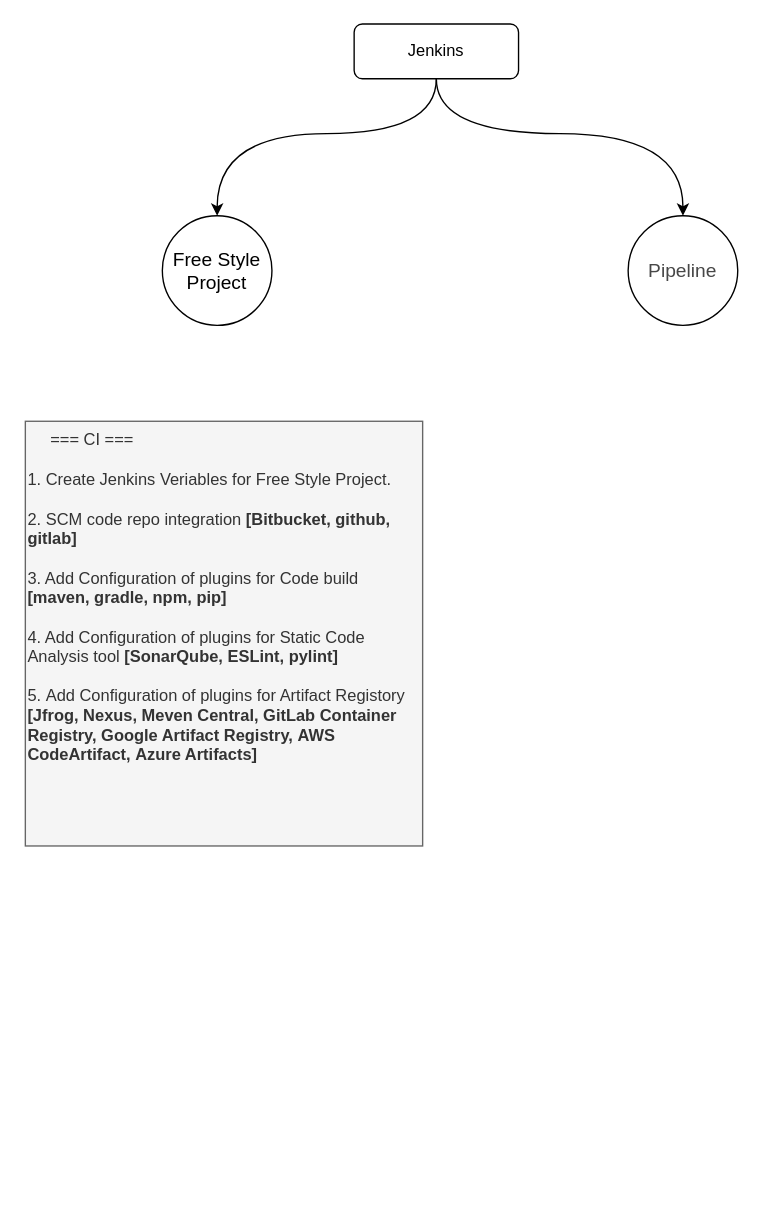
Above: Jenkins_CI_CD_Workflow.drawio in rishant/draw.io (draw.io), before the change. Source tidied: cells renumbered, new cells numbered last; positions are measured from the earlier drawing's top-left corner, leaving out a move shared by most shapes. Both pictures are drawn from the tidied source at 137%, with x=0, y=0 at pixel (25, 23).
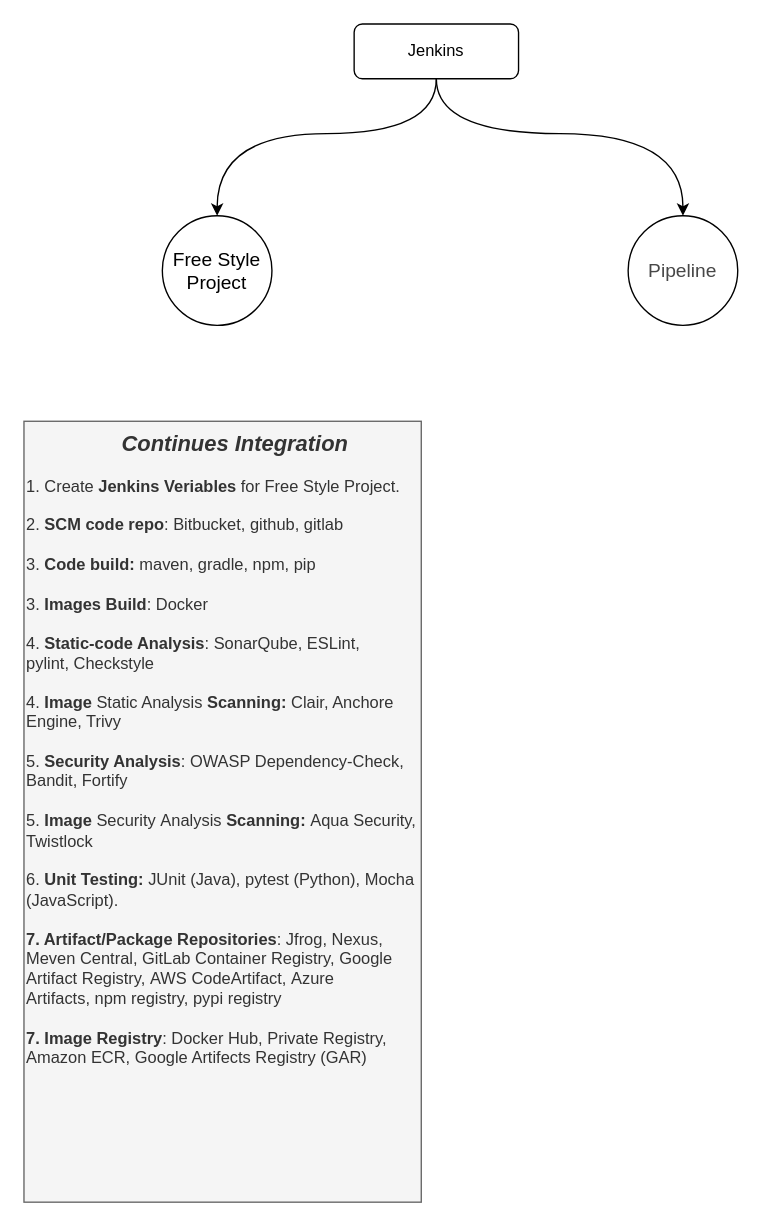
Above is the later version.

Diff of the diagram source:
```diff
@@
 <mxGraphModel>
   <root>
     <mxCell id="0" />
     <mxCell id="1" parent="0" />
     <mxCell id="2" style="edgeStyle=orthogonalEdgeStyle;rounded=0;jettySize=auto;html=1;curved=1;" parent="1" edge="1" source="4" target="5">
       <mxGeometry relative="1" as="geometry">
         <Array as="points">
           <mxPoint x="300" y="80" />
           <mxPoint x="140" y="80" />
         </Array>
       </mxGeometry>
     </mxCell>
     <mxCell id="3" style="edgeStyle=orthogonalEdgeStyle;rounded=0;jettySize=auto;html=1;curved=1;" parent="1" edge="1" source="4" target="6">
       <mxGeometry relative="1" as="geometry">
         <Array as="points">
           <mxPoint x="300" y="80" />
           <mxPoint x="480" y="80" />
         </Array>
       </mxGeometry>
     </mxCell>
     <mxCell id="4" value="Jenkins" style="rounded=1;whiteSpace=wrap;html=1;" parent="1" vertex="1">
       <mxGeometry x="240" width="120" height="40" as="geometry" />
     </mxCell>
     <mxCell id="5" value="Free Style&lt;div style=&quot;font-size: 14px;&quot;&gt;Project&lt;/div&gt;" style="ellipse;whiteSpace=wrap;html=1;rounded=1;fontSize=14;" parent="1" vertex="1">
       <mxGeometry x="100" y="140" width="80" height="80" as="geometry" />
     </mxCell>
     <mxCell id="6" value="&lt;span style=&quot;color: rgb(71, 71, 71); font-family: Arial, sans-serif; font-size: 14px; text-align: left; background-color: rgb(255, 255, 255);&quot;&gt;Pipeline&lt;/span&gt;" style="ellipse;whiteSpace=wrap;html=1;rounded=1;" parent="1" vertex="1">
       <mxGeometry x="440" y="140" width="80" height="80" as="geometry" />
     </mxCell>
-    <mxCell id="7" value="&lt;div&gt;&amp;nbsp; &amp;nbsp; &amp;nbsp;=== CI ===&lt;/div&gt;&lt;div&gt;&lt;div&gt;&lt;br&gt;&lt;/div&gt;&lt;div&gt;1. Create Jenkins Veriables for Free Style Project.&lt;/div&gt;&lt;/div&gt;&lt;div&gt;&lt;br&gt;&lt;/div&gt;2. SCM code repo integration &lt;b&gt;[Bitbucket, github, gitlab]&lt;/b&gt;&lt;div&gt;&lt;span style=&quot;background-color: initial;&quot;&gt;&lt;br&gt;&lt;/span&gt;&lt;/div&gt;&lt;div&gt;&lt;span style=&quot;background-color: initial;&quot;&gt;3. Add Configuration of plugins for Code build &lt;b&gt;[maven, gradle, npm, pip]&lt;/b&gt;&lt;/span&gt;&lt;br&gt;&lt;/div&gt;&lt;div&gt;&lt;br&gt;&lt;/div&gt;&lt;div&gt;4. Add Configuration of plugins for Static Code Analysis tool &lt;b&gt;[SonarQube, ESLint, pylint]&lt;/b&gt;&lt;br&gt;&lt;/div&gt;&lt;div&gt;&lt;br&gt;&lt;/div&gt;&lt;div&gt;5.&amp;nbsp;&lt;span style=&quot;background-color: initial;&quot;&gt;Add Configuration of plugins for Artifact Registory &lt;b&gt;[Jfrog, Nexus, Meven Central,&amp;nbsp;&lt;/b&gt;&lt;/span&gt;&lt;b&gt;&lt;span style=&quot;background-color: initial;&quot;&gt;GitLab Container Registry,&amp;nbsp;&lt;/span&gt;&lt;span style=&quot;background-color: initial;&quot;&gt;Google Artifact Registry,&amp;nbsp;&lt;/span&gt;&lt;span style=&quot;background-color: initial;&quot;&gt;AWS CodeArtifact,&amp;nbsp;&lt;/span&gt;&lt;span style=&quot;background-color: initial;&quot;&gt;Azure Artifacts&lt;/span&gt;&lt;span style=&quot;background-color: initial;&quot;&gt;]&lt;/span&gt;&lt;/b&gt;&lt;/div&gt;&lt;div&gt;&lt;br&gt;&lt;/div&gt;&lt;div&gt;&lt;br&gt;&lt;/div&gt;" style="text;html=1;align=left;verticalAlign=top;whiteSpace=wrap;rounded=0;horizontal=1;fillColor=#f5f5f5;fontColor=#333333;strokeColor=#666666;" parent="1" vertex="1">
-      <mxGeometry y="290" width="290" height="310" as="geometry" />
+    <mxCell id="7" value="&lt;div style=&quot;text-align: center;&quot;&gt;&amp;nbsp; &amp;nbsp; &amp;nbsp;&lt;font style=&quot;font-size: 16px;&quot;&gt;&lt;b&gt;&lt;i&gt;Continues Integration&lt;/i&gt;&lt;/b&gt;&lt;/font&gt;&lt;/div&gt;&lt;div&gt;&lt;div style=&quot;text-align: center;&quot;&gt;&lt;br&gt;&lt;/div&gt;&lt;div&gt;1. Create &lt;b&gt;Jenkins Veriables&lt;/b&gt; for Free Style Project.&lt;/div&gt;&lt;/div&gt;&lt;div&gt;&lt;br&gt;&lt;/div&gt;2. &lt;b&gt;SCM code repo&lt;/b&gt;:&amp;nbsp;Bitbucket, github, gitlab&lt;div&gt;&lt;span style=&quot;background-color: initial;&quot;&gt;&lt;br&gt;&lt;/span&gt;&lt;/div&gt;&lt;div&gt;&lt;span style=&quot;background-color: initial;&quot;&gt;3. &lt;b&gt;Code build:&lt;/b&gt;&amp;nbsp;maven, gradle, npm, pip&lt;/span&gt;&lt;br&gt;&lt;/div&gt;&lt;div&gt;&lt;span style=&quot;background-color: initial;&quot;&gt;&lt;br&gt;&lt;/span&gt;&lt;/div&gt;&lt;div&gt;&lt;span style=&quot;background-color: initial;&quot;&gt;3.&amp;nbsp;&lt;/span&gt;&lt;span style=&quot;background-color: initial;&quot;&gt;&lt;b&gt;Images&amp;nbsp;&lt;/b&gt;&lt;/span&gt;&lt;span style=&quot;background-color: initial;&quot;&gt;&lt;b&gt;Build&lt;/b&gt;: Docker&lt;/span&gt;&lt;/div&gt;&lt;div&gt;&lt;span style=&quot;background-color: initial;&quot;&gt;&amp;nbsp;&lt;/span&gt;&lt;/div&gt;&lt;div&gt;4. &lt;b&gt;Static-code Analysis&lt;/b&gt;:&amp;nbsp;SonarQube, ESLint, pylint,&amp;nbsp;&lt;span style=&quot;background-color: initial;&quot;&gt;Checkstyle&lt;/span&gt;&lt;/div&gt;&lt;div&gt;&lt;div&gt;&lt;span style=&quot;background-color: initial;&quot;&gt;&lt;br&gt;&lt;/span&gt;&lt;/div&gt;&lt;div&gt;&lt;span style=&quot;background-color: initial;&quot;&gt;4.&amp;nbsp;&lt;/span&gt;&lt;span style=&quot;background-color: initial;&quot;&gt;&lt;b&gt;Image&amp;nbsp;&lt;/b&gt;&lt;/span&gt;&lt;span style=&quot;background-color: initial;&quot;&gt;Static Analysis&amp;nbsp;&lt;/span&gt;&lt;b style=&quot;background-color: initial;&quot;&gt;Scanning&lt;/b&gt;&lt;b style=&quot;background-color: initial;&quot;&gt;:&lt;/b&gt;&lt;span style=&quot;background-color: initial;&quot;&gt;&amp;nbsp;&lt;/span&gt;&lt;span style=&quot;background-color: initial;&quot;&gt;Clair, Anchore Engine, Trivy&lt;/span&gt;&lt;/div&gt;&lt;/div&gt;&lt;div&gt;&lt;b style=&quot;background-color: initial;&quot;&gt;&lt;br&gt;&lt;/b&gt;&lt;/div&gt;&lt;div&gt;5.&amp;nbsp;&lt;strong style=&quot;background-color: initial;&quot;&gt;Security Analysis&lt;/strong&gt;&lt;span style=&quot;background-color: initial;&quot;&gt;: OWASP Dependency-Check, Bandit, Fortify&lt;/span&gt;&lt;/div&gt;&lt;div&gt;&lt;span style=&quot;background-color: initial;&quot;&gt;&lt;br&gt;&lt;/span&gt;&lt;/div&gt;&lt;div&gt;&lt;span style=&quot;background-color: initial;&quot;&gt;5.&amp;nbsp;&lt;/span&gt;&lt;span style=&quot;background-color: initial;&quot;&gt;&lt;b&gt;Image&amp;nbsp;&lt;/b&gt;&lt;/span&gt;&lt;span style=&quot;background-color: initial;&quot;&gt;Security&lt;/span&gt;&lt;span style=&quot;background-color: initial;&quot;&gt;&amp;nbsp;Analysis&amp;nbsp;&lt;/span&gt;&lt;b style=&quot;background-color: initial;&quot;&gt;Scanning&lt;/b&gt;&lt;b style=&quot;background-color: initial;&quot;&gt;:&amp;nbsp;&lt;/b&gt;&lt;span style=&quot;background-color: initial;&quot;&gt;Aqua Security, Twistlock&lt;/span&gt;&lt;b style=&quot;background-color: initial;&quot;&gt;&amp;nbsp;&lt;/b&gt;&lt;/div&gt;&lt;div&gt;&lt;span style=&quot;background-color: initial;&quot;&gt;&lt;br&gt;&lt;/span&gt;&lt;/div&gt;&lt;div&gt;6.&amp;nbsp;&lt;b&gt;&lt;span style=&quot;background-color: initial;&quot;&gt;Unit &lt;/span&gt;&lt;span style=&quot;background-color: initial;&quot;&gt;Testing:&lt;/span&gt;&lt;/b&gt;&lt;span style=&quot;background-color: initial;&quot;&gt;&amp;nbsp;&lt;/span&gt;&lt;span style=&quot;background-color: initial;&quot;&gt;JUnit (Java), pytest (Python), Mocha (JavaScript).&lt;/span&gt;&lt;/div&gt;&lt;div&gt;&lt;span style=&quot;background-color: initial;&quot;&gt;&lt;br&gt;&lt;/span&gt;&lt;/div&gt;&lt;div&gt;&lt;span style=&quot;background-color: initial;&quot;&gt;&lt;b&gt;7. Artifact/&lt;/b&gt;&lt;/span&gt;&lt;strong style=&quot;background-color: initial;&quot;&gt;Package Repositories&lt;/strong&gt;&lt;span style=&quot;background-color: initial;&quot;&gt;:&amp;nbsp;&lt;/span&gt;&lt;span style=&quot;background-color: initial;&quot;&gt;Jfrog, Nexus, Meven Central,&amp;nbsp;&lt;/span&gt;&lt;span style=&quot;background-color: initial;&quot;&gt;&lt;span style=&quot;background-color: initial;&quot;&gt;GitLab Container Registry,&amp;nbsp;&lt;/span&gt;&lt;span style=&quot;background-color: initial;&quot;&gt;Google Artifact Registry,&amp;nbsp;&lt;/span&gt;&lt;span style=&quot;background-color: initial;&quot;&gt;AWS CodeArtifact,&amp;nbsp;&lt;/span&gt;&lt;span style=&quot;background-color: initial;&quot;&gt;Azure Artifacts,&amp;nbsp;&lt;/span&gt;&lt;/span&gt;&lt;span style=&quot;background-color: initial;&quot;&gt;&lt;span style=&quot;background-color: initial;&quot;&gt;npm registry, pypi&amp;nbsp;&lt;/span&gt;&lt;span style=&quot;background-color: initial;&quot;&gt;registry&lt;/span&gt;&lt;/span&gt;&lt;br&gt;&lt;/div&gt;&lt;div&gt;&lt;span style=&quot;background-color: initial;&quot;&gt;&lt;span style=&quot;background-color: initial;&quot;&gt;&lt;br&gt;&lt;/span&gt;&lt;/span&gt;&lt;/div&gt;&lt;div&gt;&lt;strong&gt;7. Image Registry&lt;/strong&gt;: Docker Hub, Private Registry, Amazon ECR, Google Artifects Registry (GAR)&lt;span style=&quot;background-color: initial;&quot;&gt;&lt;span style=&quot;background-color: initial;&quot;&gt;&lt;br&gt;&lt;/span&gt;&lt;/span&gt;&lt;/div&gt;&lt;div&gt;&lt;br&gt;&lt;/div&gt;" style="text;html=1;align=left;verticalAlign=top;whiteSpace=wrap;rounded=0;horizontal=1;fillColor=#f5f5f5;fontColor=#333333;strokeColor=#666666;" parent="1" vertex="1">
+      <mxGeometry x="-1" y="290" width="290" height="570" as="geometry" />
     </mxCell>
   </root>
 </mxGraphModel>
```
